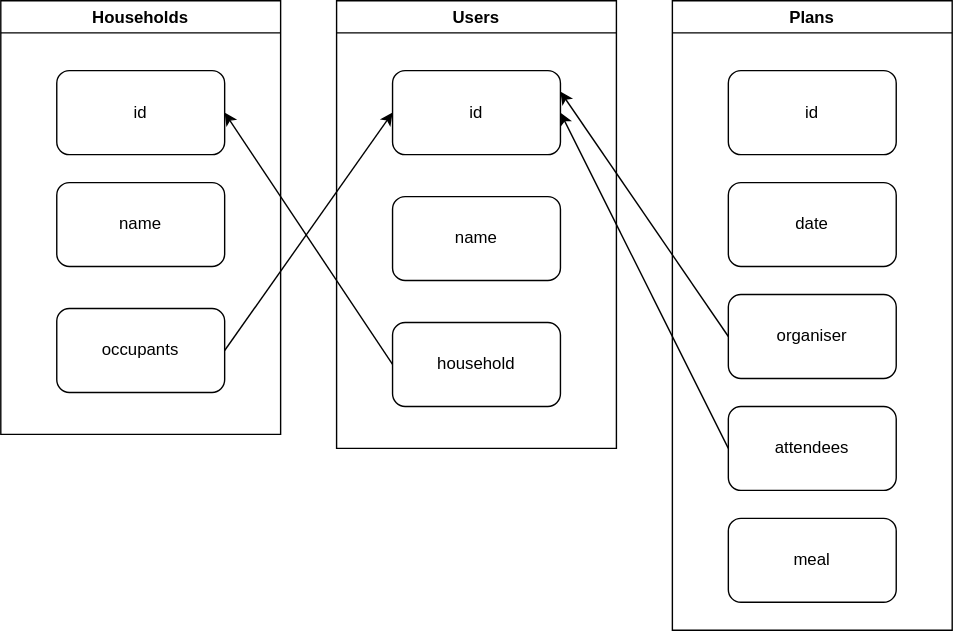
Above: databaseStructure.drawio.svg in onlyasmalllizard/meal-planner-backend (draw.io), before the change. Source tidied: cells renumbered, new cells last; positions are measured from the earlier drawing's top-left corner, leaving out a move shared by most shapes.
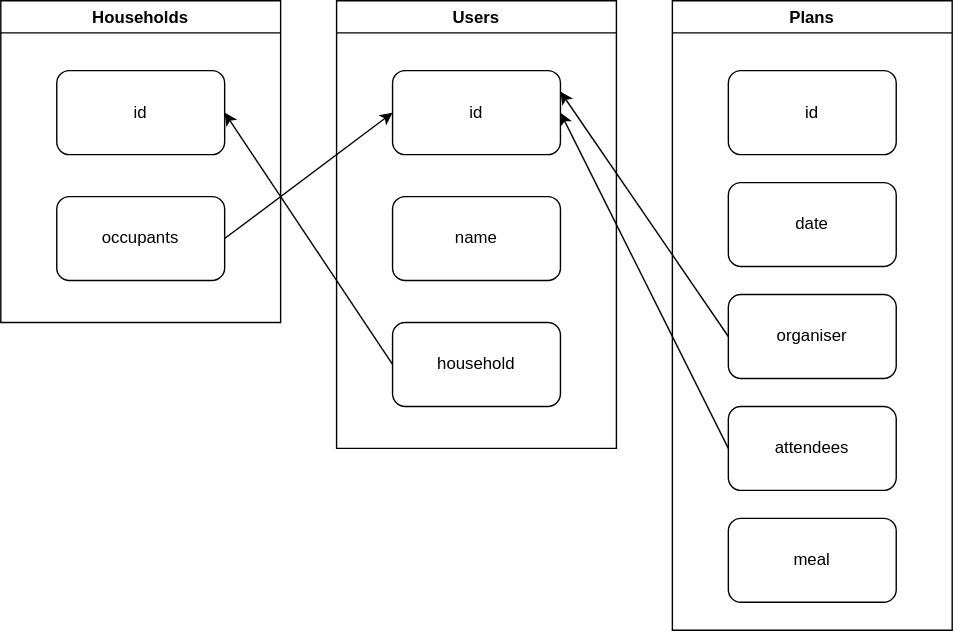
Later version of the same file.

Commit message:
Add details to Routes section in README. Add Database Structure diagram to README

Change to the diagram source:
```diff
@@ -3,16 +3,13 @@
     <mxCell id="0" />
     <mxCell id="1" parent="0" />
     <mxCell id="2" value="Households" style="swimlane;" parent="1" vertex="1">
-      <mxGeometry width="200" height="310" as="geometry" />
+      <mxGeometry width="200" height="230" as="geometry" />
     </mxCell>
     <mxCell id="3" value="id" style="rounded=1;whiteSpace=wrap;html=1;" parent="2" vertex="1">
       <mxGeometry x="40" y="50" width="120" height="60" as="geometry" />
     </mxCell>
-    <mxCell id="4" value="name" style="rounded=1;whiteSpace=wrap;html=1;" parent="2" vertex="1">
-      <mxGeometry x="40" y="130" width="120" height="60" as="geometry" />
-    </mxCell>
     <mxCell id="5" value="occupants" style="rounded=1;whiteSpace=wrap;html=1;" parent="2" vertex="1">
-      <mxGeometry x="40" y="220" width="120" height="60" as="geometry" />
+      <mxGeometry x="40" y="140" width="120" height="60" as="geometry" />
     </mxCell>
     <mxCell id="6" value="Users" style="swimlane;" parent="1" vertex="1">
       <mxGeometry x="240" width="200" height="320" as="geometry" />
```
